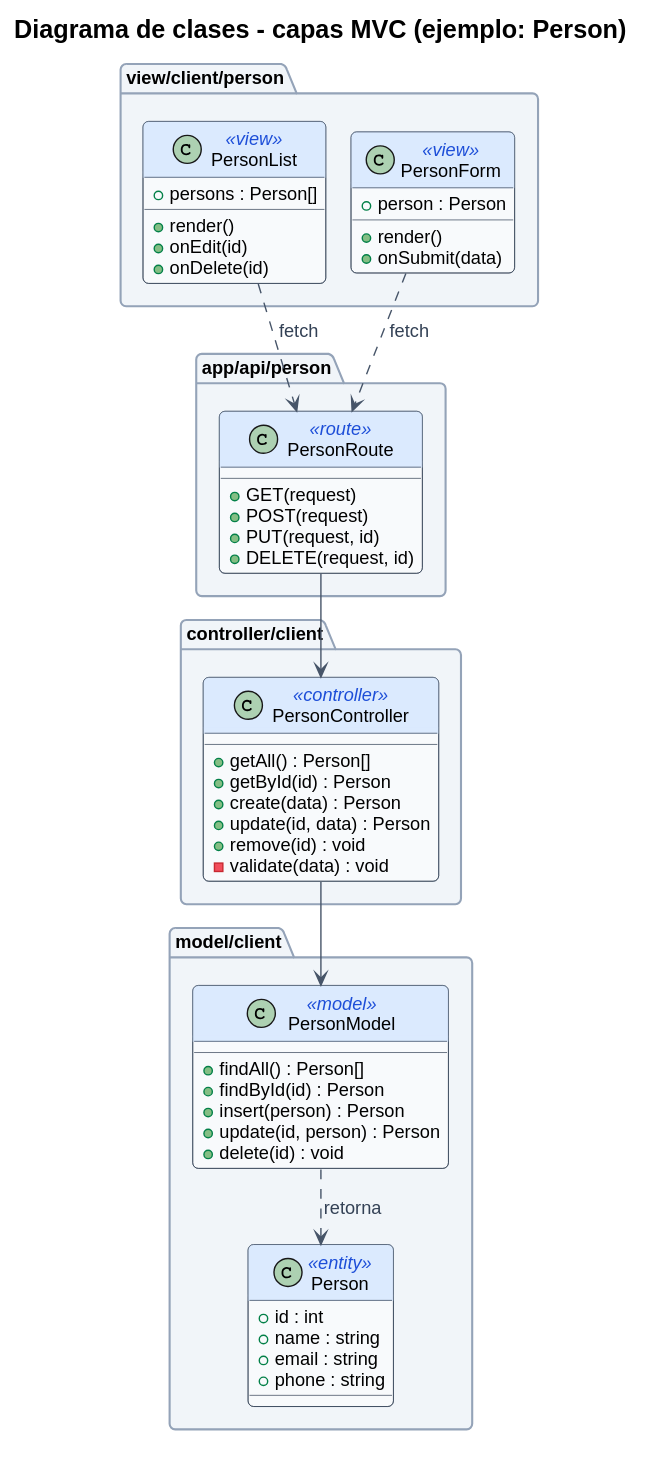
Above: public/docs/architecture/diagrams/04-class-mvc-person.svg in code-sena/project-mvc (PlantUML), before the change.
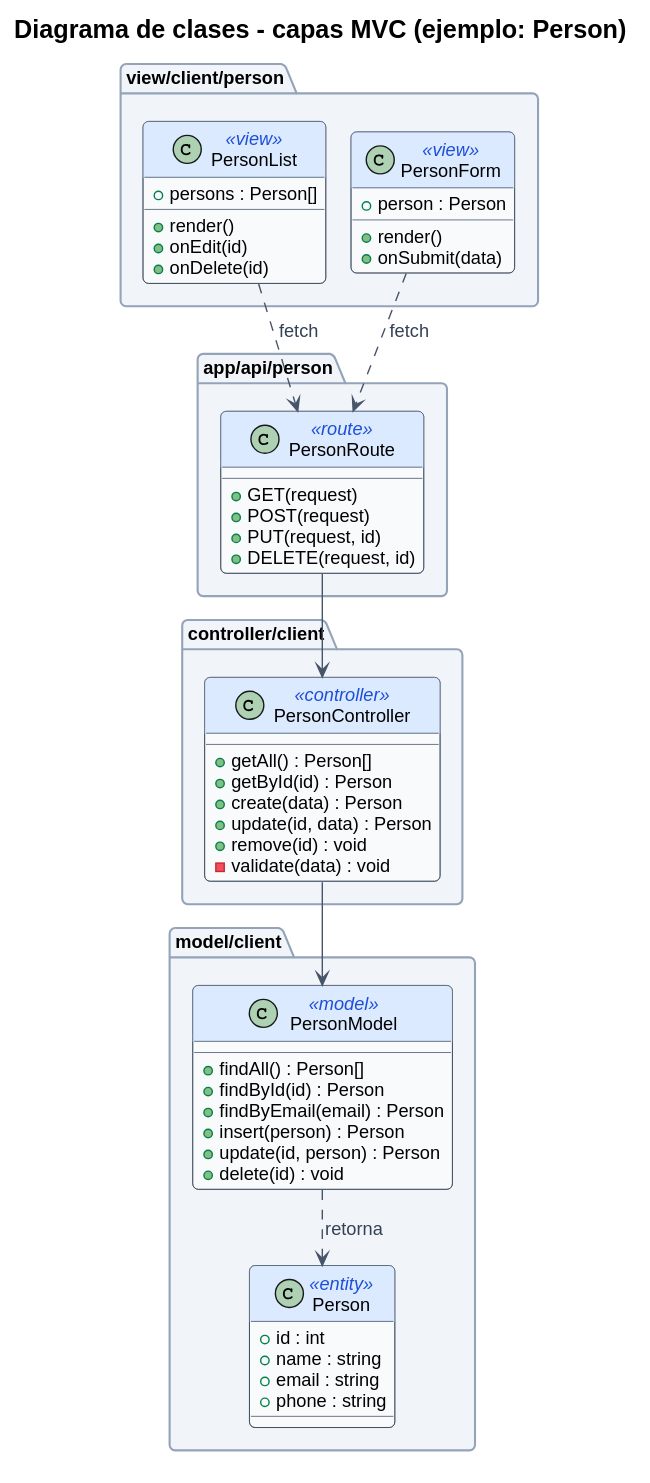
The same diagram one commit later.

Commit message:
docs(architecture): complete sequence and class diagrams for all entities

The edit, as a diff of the source:
```diff
@@ -41,6 +41,7 @@
   class PersonModel <<model>> {
     +findAll() : Person[]
     +findById(id) : Person
+    +findByEmail(email) : Person
     +insert(person) : Person
     +update(id, person) : Person
     +delete(id) : void
```
